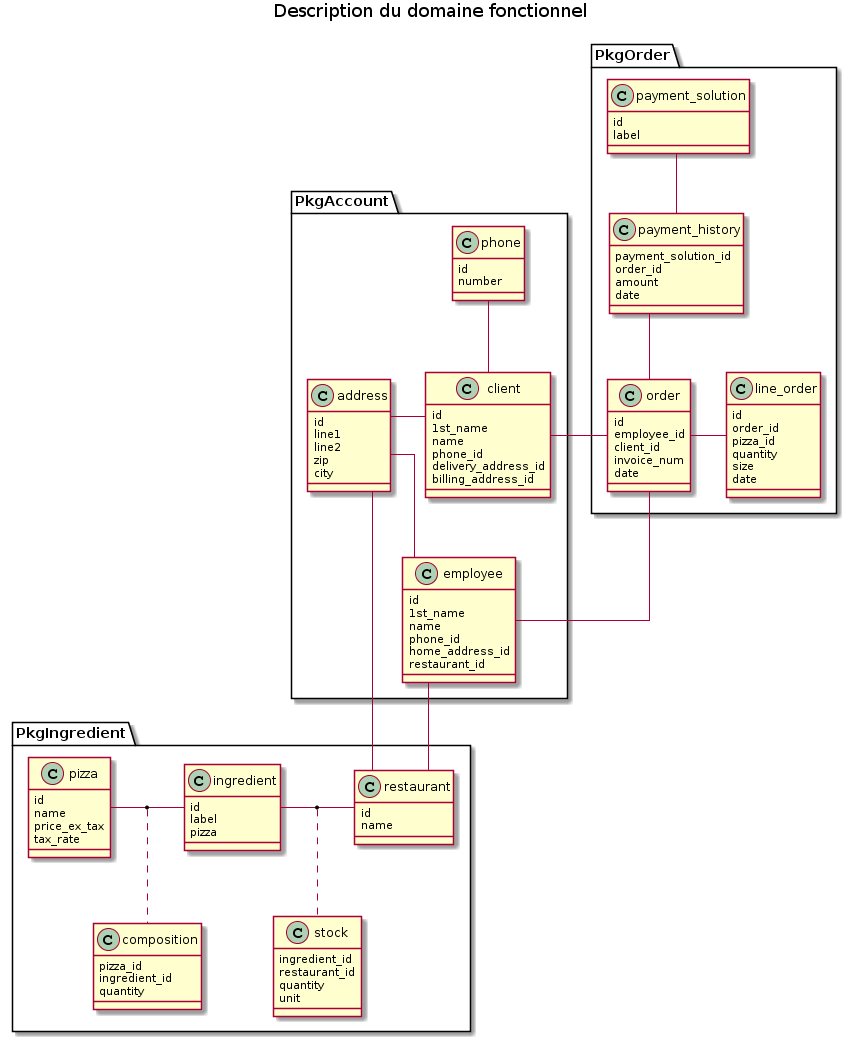
The PlantUML diagram functional_model.png in freezed/ocp6, before a commit. Its source is kept beside it as functional_model.puml.
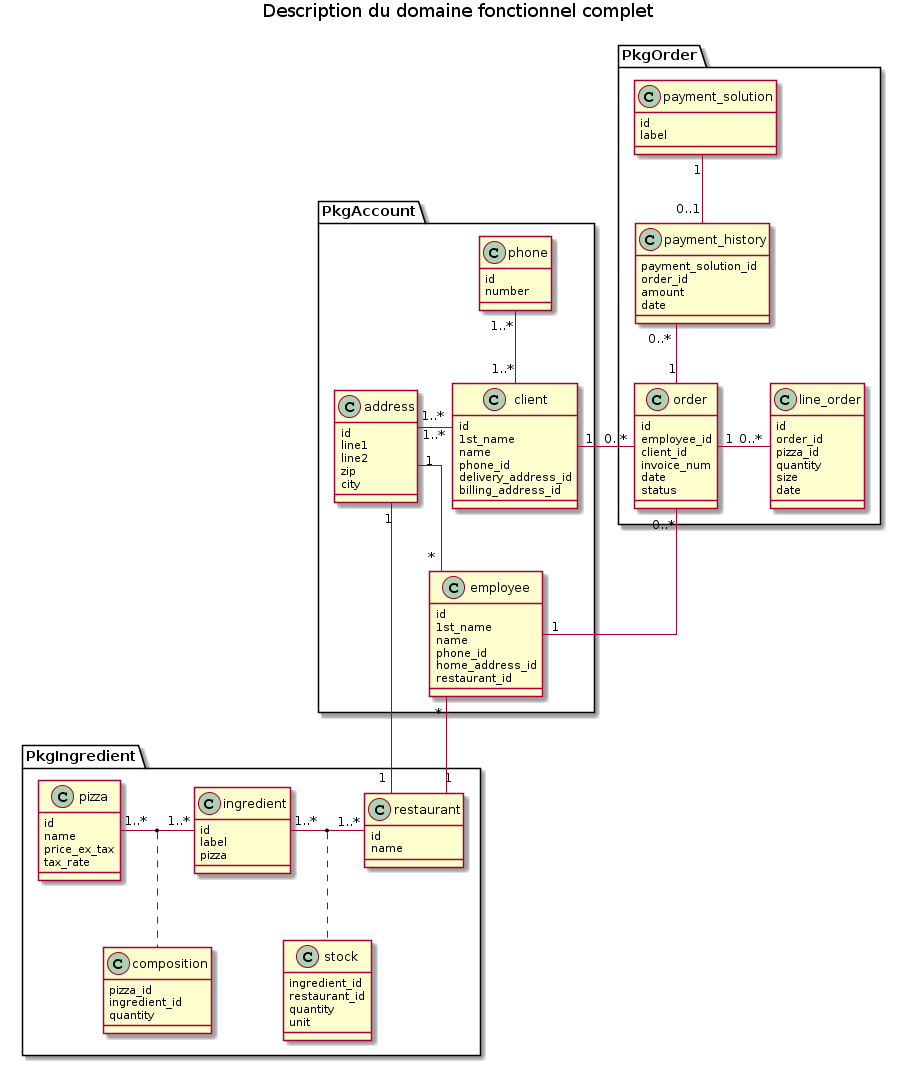
After the commit.

Commit message:
Adds a less detailled functional model

Change to the diagram source:
```diff
@@ -1,6 +1,6 @@
 @startuml
 
-title Description du domaine fonctionnel
+title Description du domaine fonctionnel complet
 
 skinparam linetype ortho
 
@@ -14,9 +14,9 @@
     class payment_history
     class payment_solution
 
-    line_order -left- order
-    order -up- payment_history
-    payment_solution -down- payment_history
+    line_order "0..*" -left- "1" order : "    "
+    order "1" -up- "0..*" payment_history
+    payment_solution "1" -down- "0..1" payment_history
 }
 
 package PkgIngredient {
@@ -26,10 +26,10 @@
     class restaurant
     class stock
 
-    ingredient - restaurant
+    ingredient "1..*" - "1..*" restaurant
     (ingredient, restaurant) .. stock
 
-    pizza - ingredient
+    pizza "1..*" - "1..*" ingredient
     (pizza, ingredient) .. composition
 }
 
@@ -39,9 +39,9 @@
     class employee
     class phone
 
-    client -up- phone
-    client -left-  address
-    address -down- employee
+    client "1..*" -up- "1..*" phone
+    client "1..*" -left- "1..*" address
+    address "1" -down- "*" employee
 }
 
 
@@ -93,6 +93,7 @@
     client_id
     invoice_num
     date
+    status
 }
 
 class payment_history {
@@ -140,9 +141,9 @@
 }
 
 
-employee - order
-order - client
-address -- restaurant
-employee -- restaurant
+employee "1" - "0..*" order
+order "0..*" - "1" client
+address "1" -- "1" restaurant
+employee "*" -- "1" restaurant
 
 @enduml
```
